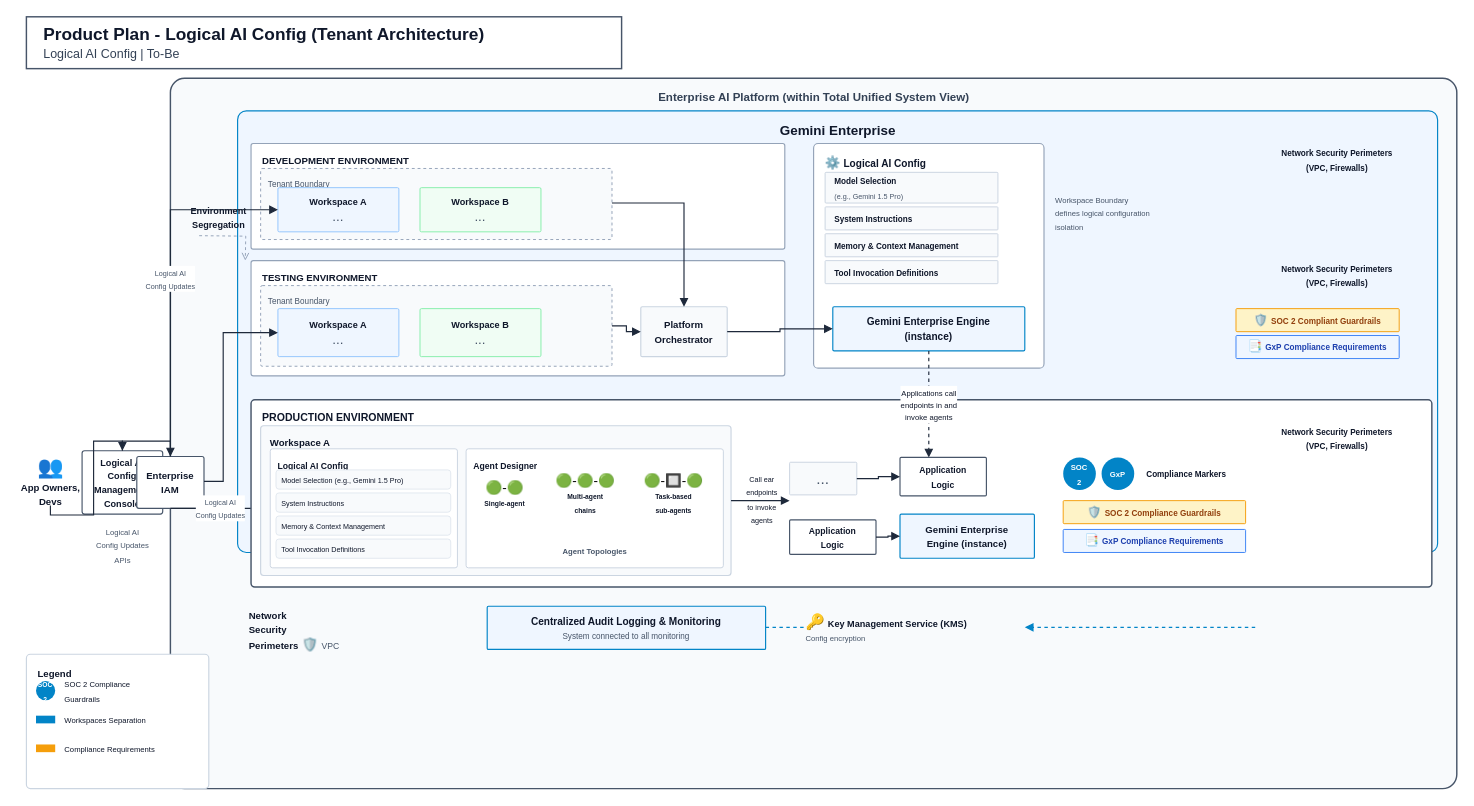
This is templates/master_blueprints/xml/P3-GOV-L-09_logical_ai_config_tenant.drawio.xml from nitinaggarwal-12/PromptCanvas, a draw.io file, before an edit. Source tidied: cells renumbered, new cells numbered last; positions are measured from the earlier drawing's top-left corner, leaving out a move shared by most shapes. Both pictures are drawn from the tidied source at 96%, with x=0, y=0 at pixel (16, 16).
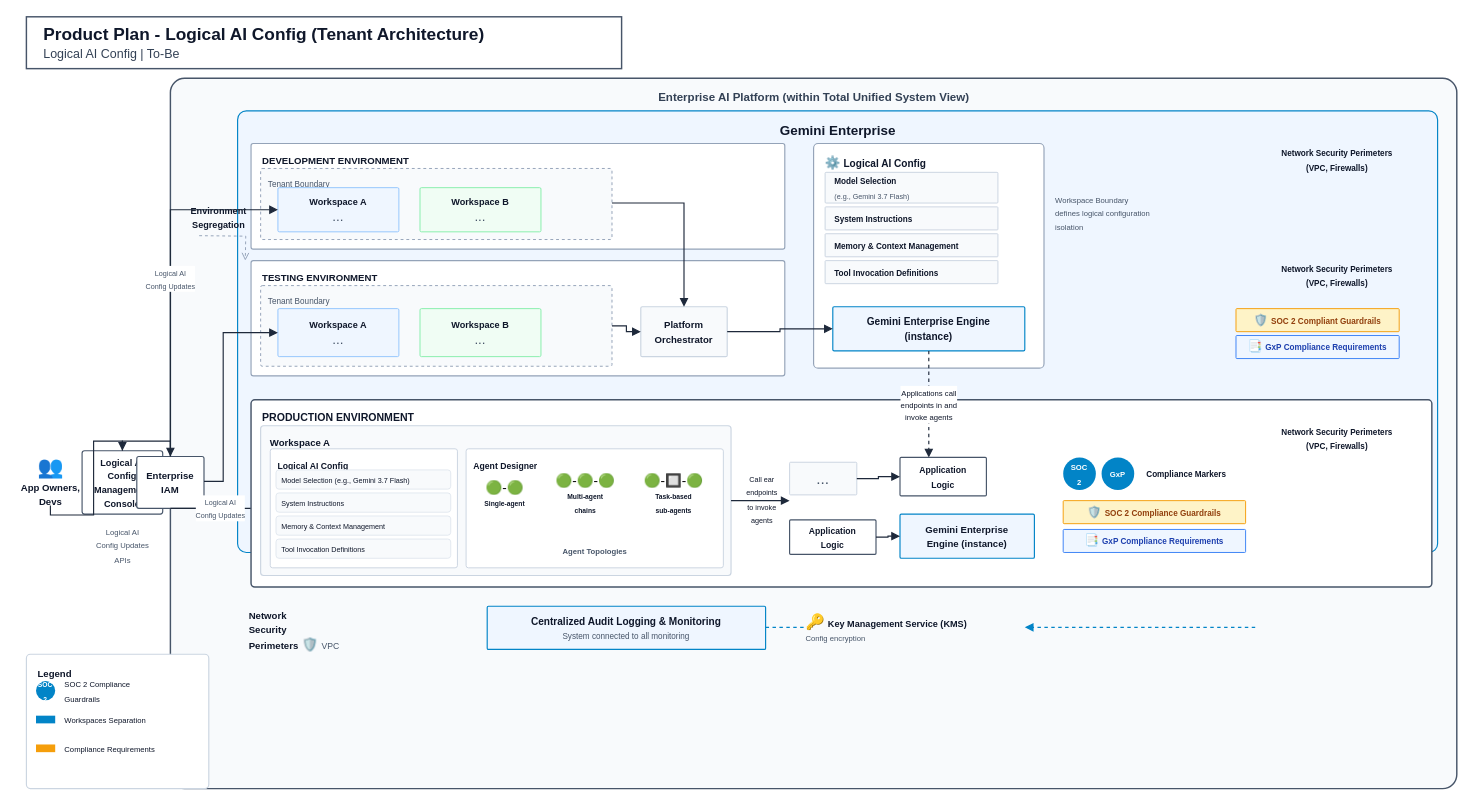
After the change.

The edit, as a diff of the source:
```diff
@@
-    <mxCell id="35" value="&lt;b style=&quot;font-size:8.5px;color:#0F172A;&quot;&gt;Model Selection&lt;/b&gt;&lt;br&gt;&lt;font style=&quot;font-size:7.5px;color:#475569;&quot;&gt;(e.g., Gemini 1.5 Pro)&lt;/font&gt;" style="rounded=1;whiteSpace=wrap;html=1;fillColor=#F8FAFC;strokeColor=#CBD5E1;strokeWidth=1;align=left;verticalAlign=middle;spacingLeft=8;arcSize=3;" parent="1" vertex="1">
+    <mxCell id="35" value="&lt;b style=&quot;font-size:8.5px;color:#0F172A;&quot;&gt;Model Selection&lt;/b&gt;&lt;br&gt;&lt;font style=&quot;font-size:7.5px;color:#475569;&quot;&gt;(e.g., Gemini 3.7 Flash)&lt;/font&gt;" style="rounded=1;whiteSpace=wrap;html=1;fillColor=#F8FAFC;strokeColor=#CBD5E1;strokeWidth=1;align=left;verticalAlign=middle;spacingLeft=8;arcSize=3;" parent="1" vertex="1">
       <mxGeometry x="842" y="162" width="180" height="32" as="geometry" />
     </mxCell>
@@
-    <mxCell id="52" value="&lt;font style=&quot;font-size:7.5px;color:#0F172A;&quot;&gt;Model Selection (e.g., Gemini 1.5 Pro)&lt;/font&gt;" style="rounded=1;whiteSpace=wrap;html=1;fillColor=#F8FAFC;strokeColor=#E2E8F0;align=left;verticalAlign=middle;spacingLeft=4;" parent="1" vertex="1">
+    <mxCell id="52" value="&lt;font style=&quot;font-size:7.5px;color:#0F172A;&quot;&gt;Model Selection (e.g., Gemini 3.7 Flash)&lt;/font&gt;" style="rounded=1;whiteSpace=wrap;html=1;fillColor=#F8FAFC;strokeColor=#E2E8F0;align=left;verticalAlign=middle;spacingLeft=4;" parent="1" vertex="1">
       <mxGeometry x="270" y="472" width="182" height="20" as="geometry" />
     </mxCell>
```
